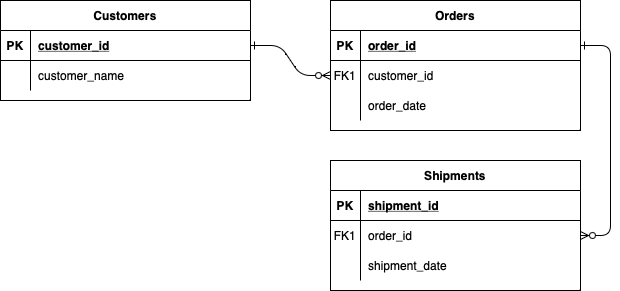
Earlier version of the draw.io export SuperstoreERD.drawio.png (megan-es/SuperstorePostgreSQLProject). Source tidied: cells renumbered, new cells last; positions are measured from the earlier drawing's top-left corner, leaving out a move shared by most shapes. The source it was exported from:
```xml
<mxGraphModel>
  <root>
    <mxCell id="0" />
    <mxCell id="1" parent="0" />
    <mxCell id="2" style="edgeStyle=entityRelationEdgeStyle;endArrow=ERzeroToMany;startArrow=ERone;endFill=1;startFill=0;" parent="1" edge="1" source="25" target="8">
      <mxGeometry relative="1" as="geometry" />
    </mxCell>
    <mxCell id="3" style="edgeStyle=entityRelationEdgeStyle;endArrow=ERzeroToMany;startArrow=ERone;endFill=1;startFill=0;" parent="1" edge="1" source="5" target="18">
      <mxGeometry relative="1" as="geometry" />
    </mxCell>
    <mxCell id="4" value="Orders" style="shape=table;startSize=30;rowLines=0;fontStyle=1;align=center;" parent="1" vertex="1">
      <mxGeometry x="330" width="250" height="130" as="geometry" />
    </mxCell>
    <mxCell id="5" style="shape=partialRectangle;fillColor=none;points=[[0,0.5],[1,0.5]];portConstraint=eastwest;top=0;left=0;right=0;bottom=1;" parent="4" vertex="1">
      <mxGeometry y="30" width="250" height="30" as="geometry" />
    </mxCell>
    <mxCell id="6" value="PK" style="shape=partialRectangle;overflow=hidden;fillColor=none;top=0;left=0;bottom=0;right=0;fontStyle=1;" parent="5" vertex="1">
      <mxGeometry width="30" height="30" as="geometry" />
    </mxCell>
    <mxCell id="7" value="order_id" style="shape=partialRectangle;overflow=hidden;fillColor=none;top=0;left=0;bottom=0;right=0;align=left;spacingLeft=6;fontStyle=5;" parent="5" vertex="1">
      <mxGeometry x="30" width="220" height="30" as="geometry" />
    </mxCell>
    <mxCell id="8" style="shape=partialRectangle;fillColor=none;points=[[0,0.5],[1,0.5]];portConstraint=eastwest;top=0;left=0;right=0;bottom=0;" parent="4" vertex="1">
      <mxGeometry y="60" width="250" height="30" as="geometry" />
    </mxCell>
    <mxCell id="9" value="FK1" style="shape=partialRectangle;overflow=hidden;fillColor=none;top=0;left=0;bottom=0;right=0;" parent="8" vertex="1">
      <mxGeometry width="30" height="30" as="geometry" />
    </mxCell>
    <mxCell id="10" value="customer_id" style="shape=partialRectangle;overflow=hidden;fillColor=none;top=0;left=0;bottom=0;right=0;align=left;spacingLeft=6;" parent="8" vertex="1">
      <mxGeometry x="30" width="220" height="30" as="geometry" />
    </mxCell>
    <mxCell id="11" style="shape=partialRectangle;fillColor=none;top=0;left=0;right=0;bottom=0;" parent="4" vertex="1">
      <mxGeometry y="90" width="250" height="30" as="geometry" />
    </mxCell>
    <mxCell id="12" style="shape=partialRectangle;overflow=hidden;fillColor=none;top=0;left=0;bottom=0;right=0;" parent="11" vertex="1">
      <mxGeometry width="30" height="30" as="geometry" />
    </mxCell>
    <mxCell id="13" value="order_date" style="shape=partialRectangle;overflow=hidden;fillColor=none;top=0;left=0;bottom=0;right=0;align=left;spacingLeft=6;" parent="11" vertex="1">
      <mxGeometry x="30" width="220" height="30" as="geometry" />
    </mxCell>
    <mxCell id="14" value="Shipments" style="shape=table;startSize=30;rowLines=0;fontStyle=1;align=center;" parent="1" vertex="1">
      <mxGeometry x="330" y="160" width="250" height="130" as="geometry" />
    </mxCell>
    <mxCell id="15" style="shape=partialRectangle;fillColor=none;top=0;left=0;right=0;bottom=1;" parent="14" vertex="1">
      <mxGeometry y="30" width="250" height="30" as="geometry" />
    </mxCell>
    <mxCell id="16" value="PK" style="shape=partialRectangle;overflow=hidden;fillColor=none;top=0;left=0;bottom=0;right=0;fontStyle=1;" parent="15" vertex="1">
      <mxGeometry width="30" height="30" as="geometry" />
    </mxCell>
    <mxCell id="17" value="shipment_id" style="shape=partialRectangle;overflow=hidden;fillColor=none;top=0;left=0;bottom=0;right=0;align=left;spacingLeft=6;fontStyle=5;" parent="15" vertex="1">
      <mxGeometry x="30" width="220" height="30" as="geometry" />
    </mxCell>
    <mxCell id="18" style="shape=partialRectangle;fillColor=none;points=[[0,0.5],[1,0.5]];portConstraint=eastwest;top=0;left=0;right=0;bottom=0;" parent="14" vertex="1">
      <mxGeometry y="60" width="250" height="30" as="geometry" />
    </mxCell>
    <mxCell id="19" value="FK1" style="shape=partialRectangle;overflow=hidden;fillColor=none;top=0;left=0;bottom=0;right=0;" parent="18" vertex="1">
      <mxGeometry width="30" height="30" as="geometry" />
    </mxCell>
    <mxCell id="20" value="order_id" style="shape=partialRectangle;overflow=hidden;fillColor=none;top=0;left=0;bottom=0;right=0;align=left;spacingLeft=6;" parent="18" vertex="1">
      <mxGeometry x="30" width="220" height="30" as="geometry" />
    </mxCell>
    <mxCell id="21" style="shape=partialRectangle;fillColor=none;top=0;left=0;right=0;bottom=0;" parent="14" vertex="1">
      <mxGeometry y="90" width="250" height="30" as="geometry" />
    </mxCell>
    <mxCell id="22" style="shape=partialRectangle;overflow=hidden;fillColor=none;top=0;left=0;bottom=0;right=0;" parent="21" vertex="1">
      <mxGeometry width="30" height="30" as="geometry" />
    </mxCell>
    <mxCell id="23" value="shipment_date" style="shape=partialRectangle;overflow=hidden;fillColor=none;top=0;left=0;bottom=0;right=0;align=left;spacingLeft=6;" parent="21" vertex="1">
      <mxGeometry x="30" width="220" height="30" as="geometry" />
    </mxCell>
    <mxCell id="24" value="Customers" style="shape=table;startSize=30;rowLines=0;fontStyle=1;align=center;" parent="1" vertex="1">
      <mxGeometry width="250" height="100" as="geometry" />
    </mxCell>
    <mxCell id="25" style="shape=partialRectangle;fillColor=none;points=[[0,0.5],[1,0.5]];portConstraint=eastwest;top=0;left=0;right=0;bottom=1;" parent="24" vertex="1">
      <mxGeometry y="30" width="250" height="30" as="geometry" />
    </mxCell>
    <mxCell id="26" value="PK" style="shape=partialRectangle;overflow=hidden;fillColor=none;top=0;left=0;bottom=0;right=0;fontStyle=1;" parent="25" vertex="1">
      <mxGeometry width="30" height="30" as="geometry" />
    </mxCell>
    <mxCell id="27" value="customer_id" style="shape=partialRectangle;overflow=hidden;fillColor=none;top=0;left=0;bottom=0;right=0;align=left;spacingLeft=6;fontStyle=5;" parent="25" vertex="1">
      <mxGeometry x="30" width="220" height="30" as="geometry" />
    </mxCell>
    <mxCell id="28" style="shape=partialRectangle;fillColor=none;top=0;left=0;right=0;bottom=0;" parent="24" vertex="1">
      <mxGeometry y="60" width="250" height="30" as="geometry" />
    </mxCell>
    <mxCell id="29" style="shape=partialRectangle;overflow=hidden;fillColor=none;top=0;left=0;bottom=0;right=0;" parent="28" vertex="1">
      <mxGeometry width="30" height="30" as="geometry" />
    </mxCell>
    <mxCell id="30" value="customer_name" style="shape=partialRectangle;overflow=hidden;fillColor=none;top=0;left=0;bottom=0;right=0;align=left;spacingLeft=6;" parent="28" vertex="1">
      <mxGeometry x="30" width="220" height="30" as="geometry" />
    </mxCell>
  </root>
</mxGraphModel>
```
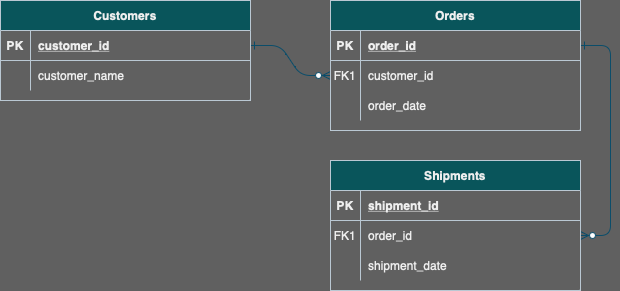
Later version of the same file.

Diff of the diagram source:
```diff
@@ -1,92 +1,92 @@
-<mxGraphModel>
+<mxGraphModel background="#606060">
   <root>
     <mxCell id="0" />
     <mxCell id="1" parent="0" />
-    <mxCell id="2" style="edgeStyle=entityRelationEdgeStyle;endArrow=ERzeroToMany;startArrow=ERone;endFill=1;startFill=0;" parent="1" edge="1" source="25" target="8">
+    <mxCell id="2" style="edgeStyle=entityRelationEdgeStyle;endArrow=ERzeroToMany;startArrow=ERone;endFill=1;startFill=0;labelBackgroundColor=none;fontColor=default;strokeColor=#0B4D6A;" parent="1" edge="1" source="25" target="8">
       <mxGeometry relative="1" as="geometry" />
     </mxCell>
-    <mxCell id="3" style="edgeStyle=entityRelationEdgeStyle;endArrow=ERzeroToMany;startArrow=ERone;endFill=1;startFill=0;" parent="1" edge="1" source="5" target="18">
+    <mxCell id="3" style="edgeStyle=entityRelationEdgeStyle;endArrow=ERzeroToMany;startArrow=ERone;endFill=1;startFill=0;labelBackgroundColor=none;fontColor=default;strokeColor=#0B4D6A;" parent="1" edge="1" source="5" target="18">
       <mxGeometry relative="1" as="geometry" />
     </mxCell>
-    <mxCell id="4" value="Orders" style="shape=table;startSize=30;rowLines=0;fontStyle=1;align=center;" parent="1" vertex="1">
+    <mxCell id="4" value="Orders" style="shape=table;startSize=30;rowLines=0;fontStyle=1;align=center;labelBackgroundColor=none;fillColor=#09555B;strokeColor=#BAC8D3;fontColor=#EEEEEE;" parent="1" vertex="1">
       <mxGeometry x="330" width="250" height="130" as="geometry" />
     </mxCell>
-    <mxCell id="5" style="shape=partialRectangle;fillColor=none;points=[[0,0.5],[1,0.5]];portConstraint=eastwest;top=0;left=0;right=0;bottom=1;" parent="4" vertex="1">
+    <mxCell id="5" style="shape=partialRectangle;fillColor=none;points=[[0,0.5],[1,0.5]];portConstraint=eastwest;top=0;left=0;right=0;bottom=1;labelBackgroundColor=none;strokeColor=#BAC8D3;fontColor=#EEEEEE;" parent="4" vertex="1">
       <mxGeometry y="30" width="250" height="30" as="geometry" />
     </mxCell>
-    <mxCell id="6" value="PK" style="shape=partialRectangle;overflow=hidden;fillColor=none;top=0;left=0;bottom=0;right=0;fontStyle=1;" parent="5" vertex="1">
+    <mxCell id="6" value="PK" style="shape=partialRectangle;overflow=hidden;fillColor=none;top=0;left=0;bottom=0;right=0;fontStyle=1;labelBackgroundColor=none;strokeColor=#BAC8D3;fontColor=#EEEEEE;" parent="5" vertex="1">
       <mxGeometry width="30" height="30" as="geometry" />
     </mxCell>
-    <mxCell id="7" value="order_id" style="shape=partialRectangle;overflow=hidden;fillColor=none;top=0;left=0;bottom=0;right=0;align=left;spacingLeft=6;fontStyle=5;" parent="5" vertex="1">
+    <mxCell id="7" value="order_id" style="shape=partialRectangle;overflow=hidden;fillColor=none;top=0;left=0;bottom=0;right=0;align=left;spacingLeft=6;fontStyle=5;labelBackgroundColor=none;strokeColor=#BAC8D3;fontColor=#EEEEEE;" parent="5" vertex="1">
       <mxGeometry x="30" width="220" height="30" as="geometry" />
     </mxCell>
-    <mxCell id="8" style="shape=partialRectangle;fillColor=none;points=[[0,0.5],[1,0.5]];portConstraint=eastwest;top=0;left=0;right=0;bottom=0;" parent="4" vertex="1">
+    <mxCell id="8" style="shape=partialRectangle;fillColor=none;points=[[0,0.5],[1,0.5]];portConstraint=eastwest;top=0;left=0;right=0;bottom=0;labelBackgroundColor=none;strokeColor=#BAC8D3;fontColor=#EEEEEE;" parent="4" vertex="1">
       <mxGeometry y="60" width="250" height="30" as="geometry" />
     </mxCell>
-    <mxCell id="9" value="FK1" style="shape=partialRectangle;overflow=hidden;fillColor=none;top=0;left=0;bottom=0;right=0;" parent="8" vertex="1">
+    <mxCell id="9" value="FK1" style="shape=partialRectangle;overflow=hidden;fillColor=none;top=0;left=0;bottom=0;right=0;labelBackgroundColor=none;strokeColor=#BAC8D3;fontColor=#EEEEEE;" parent="8" vertex="1">
       <mxGeometry width="30" height="30" as="geometry" />
     </mxCell>
-    <mxCell id="10" value="customer_id" style="shape=partialRectangle;overflow=hidden;fillColor=none;top=0;left=0;bottom=0;right=0;align=left;spacingLeft=6;" parent="8" vertex="1">
+    <mxCell id="10" value="customer_id" style="shape=partialRectangle;overflow=hidden;fillColor=none;top=0;left=0;bottom=0;right=0;align=left;spacingLeft=6;labelBackgroundColor=none;strokeColor=#BAC8D3;fontColor=#EEEEEE;" parent="8" vertex="1">
       <mxGeometry x="30" width="220" height="30" as="geometry" />
     </mxCell>
-    <mxCell id="11" style="shape=partialRectangle;fillColor=none;top=0;left=0;right=0;bottom=0;" parent="4" vertex="1">
+    <mxCell id="11" style="shape=partialRectangle;fillColor=none;top=0;left=0;right=0;bottom=0;labelBackgroundColor=none;strokeColor=#BAC8D3;fontColor=#EEEEEE;" parent="4" vertex="1">
       <mxGeometry y="90" width="250" height="30" as="geometry" />
     </mxCell>
-    <mxCell id="12" style="shape=partialRectangle;overflow=hidden;fillColor=none;top=0;left=0;bottom=0;right=0;" parent="11" vertex="1">
+    <mxCell id="12" style="shape=partialRectangle;overflow=hidden;fillColor=none;top=0;left=0;bottom=0;right=0;labelBackgroundColor=none;strokeColor=#BAC8D3;fontColor=#EEEEEE;" parent="11" vertex="1">
       <mxGeometry width="30" height="30" as="geometry" />
     </mxCell>
-    <mxCell id="13" value="order_date" style="shape=partialRectangle;overflow=hidden;fillColor=none;top=0;left=0;bottom=0;right=0;align=left;spacingLeft=6;" parent="11" vertex="1">
+    <mxCell id="13" value="order_date" style="shape=partialRectangle;overflow=hidden;fillColor=none;top=0;left=0;bottom=0;right=0;align=left;spacingLeft=6;labelBackgroundColor=none;strokeColor=#BAC8D3;fontColor=#EEEEEE;" parent="11" vertex="1">
       <mxGeometry x="30" width="220" height="30" as="geometry" />
     </mxCell>
-    <mxCell id="14" value="Shipments" style="shape=table;startSize=30;rowLines=0;fontStyle=1;align=center;" parent="1" vertex="1">
+    <mxCell id="14" value="Shipments" style="shape=table;startSize=30;rowLines=0;fontStyle=1;align=center;labelBackgroundColor=none;fillColor=#09555B;strokeColor=#BAC8D3;fontColor=#EEEEEE;" parent="1" vertex="1">
       <mxGeometry x="330" y="160" width="250" height="130" as="geometry" />
     </mxCell>
-    <mxCell id="15" style="shape=partialRectangle;fillColor=none;top=0;left=0;right=0;bottom=1;" parent="14" vertex="1">
+    <mxCell id="15" style="shape=partialRectangle;fillColor=none;top=0;left=0;right=0;bottom=1;labelBackgroundColor=none;strokeColor=#BAC8D3;fontColor=#EEEEEE;" parent="14" vertex="1">
       <mxGeometry y="30" width="250" height="30" as="geometry" />
     </mxCell>
-    <mxCell id="16" value="PK" style="shape=partialRectangle;overflow=hidden;fillColor=none;top=0;left=0;bottom=0;right=0;fontStyle=1;" parent="15" vertex="1">
+    <mxCell id="16" value="PK" style="shape=partialRectangle;overflow=hidden;fillColor=none;top=0;left=0;bottom=0;right=0;fontStyle=1;labelBackgroundColor=none;strokeColor=#BAC8D3;fontColor=#EEEEEE;" parent="15" vertex="1">
       <mxGeometry width="30" height="30" as="geometry" />
     </mxCell>
-    <mxCell id="17" value="shipment_id" style="shape=partialRectangle;overflow=hidden;fillColor=none;top=0;left=0;bottom=0;right=0;align=left;spacingLeft=6;fontStyle=5;" parent="15" vertex="1">
+    <mxCell id="17" value="shipment_id" style="shape=partialRectangle;overflow=hidden;fillColor=none;top=0;left=0;bottom=0;right=0;align=left;spacingLeft=6;fontStyle=5;labelBackgroundColor=none;strokeColor=#BAC8D3;fontColor=#EEEEEE;" parent="15" vertex="1">
       <mxGeometry x="30" width="220" height="30" as="geometry" />
     </mxCell>
-    <mxCell id="18" style="shape=partialRectangle;fillColor=none;points=[[0,0.5],[1,0.5]];portConstraint=eastwest;top=0;left=0;right=0;bottom=0;" parent="14" vertex="1">
+    <mxCell id="18" style="shape=partialRectangle;fillColor=none;points=[[0,0.5],[1,0.5]];portConstraint=eastwest;top=0;left=0;right=0;bottom=0;labelBackgroundColor=none;strokeColor=#BAC8D3;fontColor=#EEEEEE;" parent="14" vertex="1">
       <mxGeometry y="60" width="250" height="30" as="geometry" />
     </mxCell>
-    <mxCell id="19" value="FK1" style="shape=partialRectangle;overflow=hidden;fillColor=none;top=0;left=0;bottom=0;right=0;" parent="18" vertex="1">
+    <mxCell id="19" value="FK1" style="shape=partialRectangle;overflow=hidden;fillColor=none;top=0;left=0;bottom=0;right=0;labelBackgroundColor=none;strokeColor=#BAC8D3;fontColor=#EEEEEE;" parent="18" vertex="1">
       <mxGeometry width="30" height="30" as="geometry" />
     </mxCell>
-    <mxCell id="20" value="order_id" style="shape=partialRectangle;overflow=hidden;fillColor=none;top=0;left=0;bottom=0;right=0;align=left;spacingLeft=6;" parent="18" vertex="1">
+    <mxCell id="20" value="order_id" style="shape=partialRectangle;overflow=hidden;fillColor=none;top=0;left=0;bottom=0;right=0;align=left;spacingLeft=6;labelBackgroundColor=none;strokeColor=#BAC8D3;fontColor=#EEEEEE;" parent="18" vertex="1">
       <mxGeometry x="30" width="220" height="30" as="geometry" />
     </mxCell>
-    <mxCell id="21" style="shape=partialRectangle;fillColor=none;top=0;left=0;right=0;bottom=0;" parent="14" vertex="1">
+    <mxCell id="21" style="shape=partialRectangle;fillColor=none;top=0;left=0;right=0;bottom=0;labelBackgroundColor=none;strokeColor=#BAC8D3;fontColor=#EEEEEE;" parent="14" vertex="1">
       <mxGeometry y="90" width="250" height="30" as="geometry" />
     </mxCell>
-    <mxCell id="22" style="shape=partialRectangle;overflow=hidden;fillColor=none;top=0;left=0;bottom=0;right=0;" parent="21" vertex="1">
+    <mxCell id="22" style="shape=partialRectangle;overflow=hidden;fillColor=none;top=0;left=0;bottom=0;right=0;labelBackgroundColor=none;strokeColor=#BAC8D3;fontColor=#EEEEEE;" parent="21" vertex="1">
       <mxGeometry width="30" height="30" as="geometry" />
     </mxCell>
-    <mxCell id="23" value="shipment_date" style="shape=partialRectangle;overflow=hidden;fillColor=none;top=0;left=0;bottom=0;right=0;align=left;spacingLeft=6;" parent="21" vertex="1">
+    <mxCell id="23" value="shipment_date" style="shape=partialRectangle;overflow=hidden;fillColor=none;top=0;left=0;bottom=0;right=0;align=left;spacingLeft=6;labelBackgroundColor=none;strokeColor=#BAC8D3;fontColor=#EEEEEE;" parent="21" vertex="1">
       <mxGeometry x="30" width="220" height="30" as="geometry" />
     </mxCell>
-    <mxCell id="24" value="Customers" style="shape=table;startSize=30;rowLines=0;fontStyle=1;align=center;" parent="1" vertex="1">
+    <mxCell id="24" value="Customers" style="shape=table;startSize=30;rowLines=0;fontStyle=1;align=center;labelBackgroundColor=none;fillColor=#09555B;strokeColor=#BAC8D3;fontColor=#EEEEEE;" parent="1" vertex="1">
       <mxGeometry width="250" height="100" as="geometry" />
     </mxCell>
-    <mxCell id="25" style="shape=partialRectangle;fillColor=none;points=[[0,0.5],[1,0.5]];portConstraint=eastwest;top=0;left=0;right=0;bottom=1;" parent="24" vertex="1">
+    <mxCell id="25" style="shape=partialRectangle;fillColor=none;points=[[0,0.5],[1,0.5]];portConstraint=eastwest;top=0;left=0;right=0;bottom=1;labelBackgroundColor=none;strokeColor=#BAC8D3;fontColor=#EEEEEE;" parent="24" vertex="1">
       <mxGeometry y="30" width="250" height="30" as="geometry" />
     </mxCell>
-    <mxCell id="26" value="PK" style="shape=partialRectangle;overflow=hidden;fillColor=none;top=0;left=0;bottom=0;right=0;fontStyle=1;" parent="25" vertex="1">
+    <mxCell id="26" value="PK" style="shape=partialRectangle;overflow=hidden;fillColor=none;top=0;left=0;bottom=0;right=0;fontStyle=1;labelBackgroundColor=none;strokeColor=#BAC8D3;fontColor=#EEEEEE;" parent="25" vertex="1">
       <mxGeometry width="30" height="30" as="geometry" />
     </mxCell>
-    <mxCell id="27" value="customer_id" style="shape=partialRectangle;overflow=hidden;fillColor=none;top=0;left=0;bottom=0;right=0;align=left;spacingLeft=6;fontStyle=5;" parent="25" vertex="1">
+    <mxCell id="27" value="customer_id" style="shape=partialRectangle;overflow=hidden;fillColor=none;top=0;left=0;bottom=0;right=0;align=left;spacingLeft=6;fontStyle=5;labelBackgroundColor=none;strokeColor=#BAC8D3;fontColor=#EEEEEE;" parent="25" vertex="1">
       <mxGeometry x="30" width="220" height="30" as="geometry" />
     </mxCell>
-    <mxCell id="28" style="shape=partialRectangle;fillColor=none;top=0;left=0;right=0;bottom=0;" parent="24" vertex="1">
+    <mxCell id="28" style="shape=partialRectangle;fillColor=none;top=0;left=0;right=0;bottom=0;labelBackgroundColor=none;strokeColor=#BAC8D3;fontColor=#EEEEEE;" parent="24" vertex="1">
       <mxGeometry y="60" width="250" height="30" as="geometry" />
     </mxCell>
-    <mxCell id="29" style="shape=partialRectangle;overflow=hidden;fillColor=none;top=0;left=0;bottom=0;right=0;" parent="28" vertex="1">
+    <mxCell id="29" style="shape=partialRectangle;overflow=hidden;fillColor=none;top=0;left=0;bottom=0;right=0;labelBackgroundColor=none;strokeColor=#BAC8D3;fontColor=#EEEEEE;" parent="28" vertex="1">
       <mxGeometry width="30" height="30" as="geometry" />
     </mxCell>
-    <mxCell id="30" value="customer_name" style="shape=partialRectangle;overflow=hidden;fillColor=none;top=0;left=0;bottom=0;right=0;align=left;spacingLeft=6;" parent="28" vertex="1">
+    <mxCell id="30" value="customer_name" style="shape=partialRectangle;overflow=hidden;fillColor=none;top=0;left=0;bottom=0;right=0;align=left;spacingLeft=6;labelBackgroundColor=none;strokeColor=#BAC8D3;fontColor=#EEEEEE;" parent="28" vertex="1">
       <mxGeometry x="30" width="220" height="30" as="geometry" />
     </mxCell>
   </root>
```
